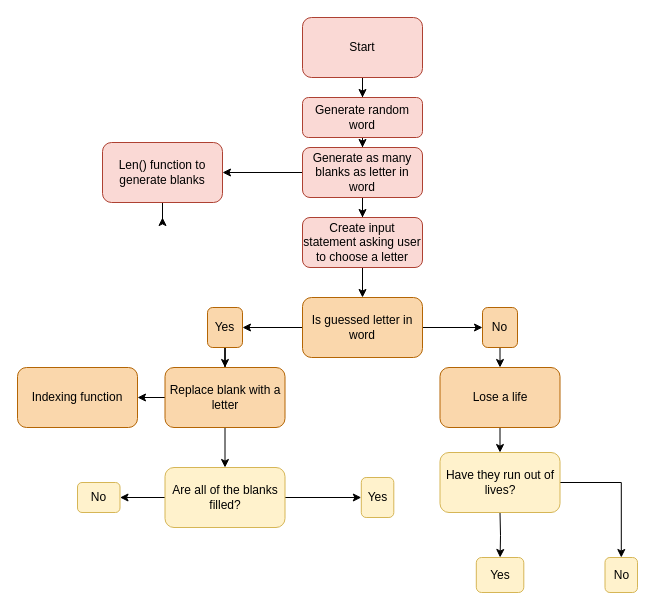
The draw.io diagram Draw.io/Hangman.drawio in beckyxde/100_Days, before the edit. Source tidied: cells renumbered, new cells numbered last; positions are measured from the earlier drawing's top-left corner, leaving out a move shared by most shapes. Both pictures are drawn from the tidied source at 100%, with x=0, y=0 at pixel (17, 17).
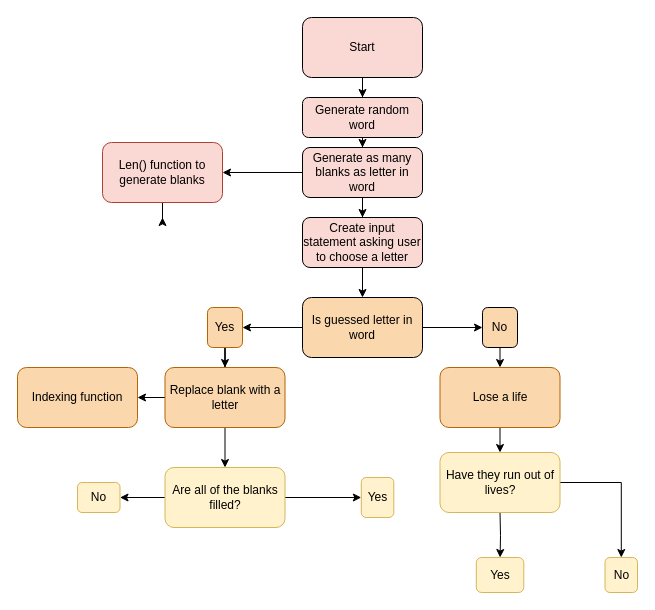
The same diagram, later.

The change refers to these unchanged cells:
```xml
<mxCell id="17" value="Yes" style="whiteSpace=wrap;html=1;rounded=1;strokeColor=#b46504;fillColor=#fad7ac;" parent="1" vertex="1">
  <mxGeometry x="190" y="290" width="35" height="40" as="geometry" />
</mxCell>
```

What changed in the source:
```diff
@@
-    <mxCell id="2" style="edgeStyle=orthogonalEdgeStyle;rounded=0;jettySize=auto;html=1;" parent="1" edge="1" source="3" target="5">
+    <mxCell id="2" style="edgeStyle=orthogonalEdgeStyle;rounded=0;jettySize=auto;html=1;strokeColor=#000000;" parent="1" edge="1" source="3" target="5">
       <mxGeometry relative="1" as="geometry" />
     </mxCell>
-    <mxCell id="3" value="Start" style="rounded=1;whiteSpace=wrap;html=1;fillColor=#fad9d5;strokeColor=#ae4132;" parent="1" vertex="1">
+    <mxCell id="3" value="Start" style="rounded=1;whiteSpace=wrap;html=1;fillColor=#fad9d5;strokeColor=#000000;" parent="1" vertex="1">
       <mxGeometry x="285" width="120" height="60" as="geometry" />
     </mxCell>
-    <mxCell id="4" style="edgeStyle=orthogonalEdgeStyle;rounded=0;jettySize=auto;html=1;" parent="1" edge="1" source="5" target="8">
+    <mxCell id="4" style="edgeStyle=orthogonalEdgeStyle;rounded=0;jettySize=auto;html=1;strokeColor=#000000;" parent="1" edge="1" source="5" target="8">
       <mxGeometry relative="1" as="geometry" />
     </mxCell>
-    <mxCell id="5" value="Generate random word" style="whiteSpace=wrap;html=1;rounded=1;strokeColor=#ae4132;fillColor=#fad9d5;" parent="1" vertex="1">
+    <mxCell id="5" value="Generate random word" style="whiteSpace=wrap;html=1;rounded=1;fillColor=#fad9d5;strokeColor=#000000;" parent="1" vertex="1">
       <mxGeometry x="285" y="80" width="120" height="40" as="geometry" />
     </mxCell>
-    <mxCell id="6" style="edgeStyle=orthogonalEdgeStyle;rounded=0;jettySize=auto;html=1;" parent="1" edge="1" source="8" target="10">
+    <mxCell id="6" style="edgeStyle=orthogonalEdgeStyle;rounded=0;jettySize=auto;html=1;strokeColor=#000000;" parent="1" edge="1" source="8" target="10">
       <mxGeometry relative="1" as="geometry" />
     </mxCell>
@@
-    <mxCell id="8" value="Generate as many blanks as letter in word" style="whiteSpace=wrap;html=1;rounded=1;strokeColor=#ae4132;fillColor=#fad9d5;" parent="1" vertex="1">
+    <mxCell id="8" value="Generate as many blanks as letter in word" style="whiteSpace=wrap;html=1;rounded=1;fillColor=#fad9d5;strokeColor=#000000;" parent="1" vertex="1">
       <mxGeometry x="285" y="130" width="120" height="50" as="geometry" />
     </mxCell>
-    <mxCell id="9" style="edgeStyle=orthogonalEdgeStyle;rounded=0;jettySize=auto;html=1;" parent="1" edge="1" source="10" target="15">
+    <mxCell id="9" style="edgeStyle=orthogonalEdgeStyle;rounded=0;jettySize=auto;html=1;strokeColor=#000000;" parent="1" edge="1" source="10" target="15">
       <mxGeometry relative="1" as="geometry" />
     </mxCell>
-    <mxCell id="10" value="Create input statement asking user to choose a letter" style="whiteSpace=wrap;html=1;rounded=1;strokeColor=#ae4132;fillColor=#fad9d5;" parent="1" vertex="1">
+    <mxCell id="10" value="Create input statement asking user to choose a letter" style="whiteSpace=wrap;html=1;rounded=1;fillColor=#fad9d5;strokeColor=#000000;" parent="1" vertex="1">
       <mxGeometry x="285" y="200" width="120" height="50" as="geometry" />
     </mxCell>
@@
-    <mxCell id="13" style="edgeStyle=orthogonalEdgeStyle;rounded=0;jettySize=auto;html=1;" parent="1" edge="1" source="15" target="17">
+    <mxCell id="13" style="edgeStyle=orthogonalEdgeStyle;rounded=0;jettySize=auto;html=1;strokeColor=#000000;" parent="1" edge="1" source="15" target="17">
       <mxGeometry relative="1" as="geometry" />
     </mxCell>
-    <mxCell id="14" style="edgeStyle=orthogonalEdgeStyle;rounded=0;jettySize=auto;html=1;" parent="1" edge="1" source="15" target="19">
+    <mxCell id="14" style="edgeStyle=orthogonalEdgeStyle;rounded=0;jettySize=auto;html=1;strokeColor=#000000;" parent="1" edge="1" source="15" target="19">
       <mxGeometry relative="1" as="geometry" />
     </mxCell>
-    <mxCell id="15" value="Is guessed letter in word" style="whiteSpace=wrap;html=1;rounded=1;strokeColor=#b46504;fillColor=#fad7ac;" parent="1" vertex="1">
+    <mxCell id="15" value="Is guessed letter in word" style="whiteSpace=wrap;html=1;rounded=1;fillColor=#fad7ac;strokeColor=#000000;" parent="1" vertex="1">
       <mxGeometry x="285" y="280" width="120" height="60" as="geometry" />
     </mxCell>
@@
-    <mxCell id="18" style="edgeStyle=orthogonalEdgeStyle;rounded=0;jettySize=auto;html=1;" parent="1" edge="1" source="19">
+    <mxCell id="18" style="edgeStyle=orthogonalEdgeStyle;rounded=0;jettySize=auto;html=1;strokeColor=#000000;" parent="1" edge="1" source="19">
       <mxGeometry relative="1" as="geometry">
         <mxPoint x="482.5" y="350" as="targetPoint" />
       </mxGeometry>
     </mxCell>
-    <mxCell id="19" value="No" style="whiteSpace=wrap;html=1;rounded=1;strokeColor=#b46504;fillColor=#fad7ac;" parent="1" vertex="1">
+    <mxCell id="19" value="No" style="whiteSpace=wrap;html=1;rounded=1;fillColor=#fad7ac;strokeColor=#000000;" parent="1" vertex="1">
       <mxGeometry x="465" y="290" width="35" height="40" as="geometry" />
     </mxCell>
```
